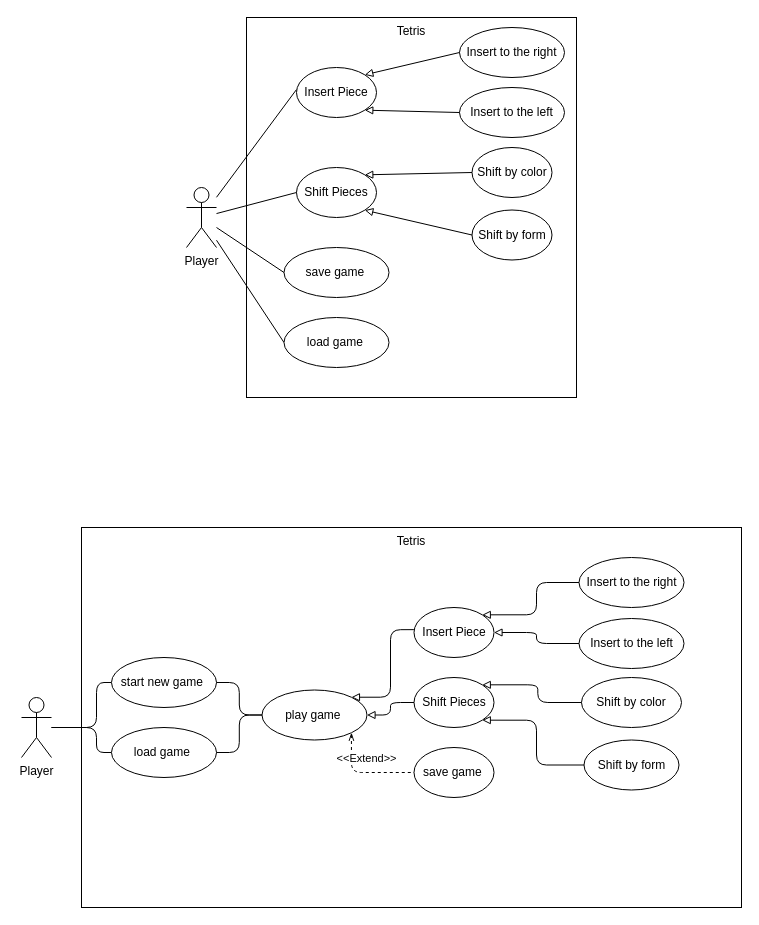
Earlier version of the draw.io diagram docs/diagrams/usecaseDiagram.drawio (AbderrahimeEl/Tetris). Source tidied: cells renumbered, new cells numbered last; positions are measured from the earlier drawing's top-left corner, leaving out a move shared by most shapes. Both pictures are drawn from the tidied source at 100%, with x=0, y=0 at pixel (21, 17).
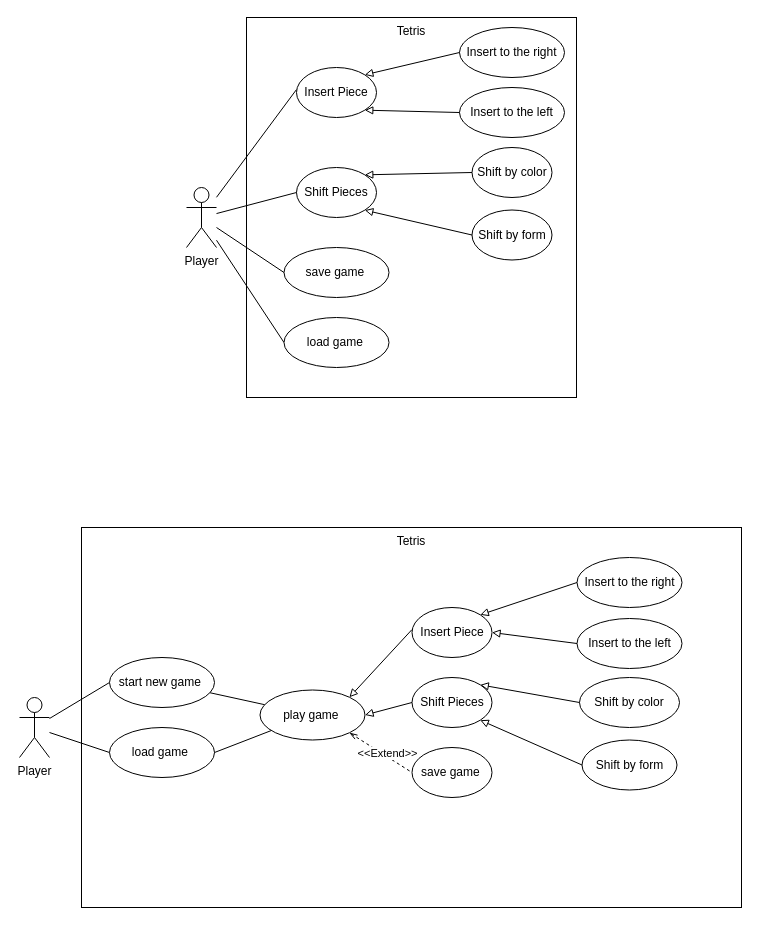
The same diagram, later.

The edit, as a diff of the source:
```diff
@@
     <mxCell id="21" value="Insert Piece" style="ellipse;whiteSpace=wrap;html=1;" parent="1" vertex="1">
-      <mxGeometry x="392.5" y="590" width="80" height="50" as="geometry" />
+      <mxGeometry x="390.5" y="590" width="80" height="50" as="geometry" />
     </mxCell>
-    <mxCell id="22" style="html=1;entryX=0;entryY=0.5;entryDx=0;entryDy=0;endArrow=none;endFill=0;exitX=1;exitY=1;exitDx=0;exitDy=0;dashed=1;edgeStyle=orthogonalEdgeStyle;startArrow=openThin;startFill=0;" parent="1" edge="1" source="43" target="37">
-      <mxGeometry relative="1" as="geometry">
-        <Array as="points">
-          <mxPoint x="330" y="755" />
-        </Array>
-      </mxGeometry>
+    <mxCell id="22" style="html=1;entryX=0;entryY=0.5;entryDx=0;entryDy=0;endArrow=none;endFill=0;exitX=1;exitY=1;exitDx=0;exitDy=0;dashed=1;startArrow=openThin;startFill=0;" parent="1" edge="1" source="43" target="37">
+      <mxGeometry relative="1" as="geometry" />
     </mxCell>
     <mxCell id="23" value="&amp;lt;&amp;lt;Extend&amp;gt;&amp;gt;" style="edgeLabel;html=1;align=center;verticalAlign=middle;" parent="22" vertex="1">
       <mxGeometry x="-0.37" relative="1" as="geometry">
-        <mxPoint x="15" y="-7" as="offset" />
+        <mxPoint x="18" y="8" as="offset" />
       </mxGeometry>
     </mxCell>
-    <mxCell id="24" style="html=1;entryX=0;entryY=0.5;entryDx=0;entryDy=0;endArrow=none;endFill=0;edgeStyle=orthogonalEdgeStyle;" parent="1" edge="1" source="25" target="38">
-      <mxGeometry relative="1" as="geometry">
-        <Array as="points">
-          <mxPoint x="75" y="710" />
-          <mxPoint x="75" y="735" />
-        </Array>
-      </mxGeometry>
+    <mxCell id="24" style="html=1;entryX=0;entryY=0.5;entryDx=0;entryDy=0;endArrow=none;endFill=0;" parent="1" edge="1" source="25" target="38">
+      <mxGeometry relative="1" as="geometry" />
     </mxCell>
     <mxCell id="25" value="Player" style="shape=umlActor;verticalLabelPosition=bottom;verticalAlign=top;html=1;outlineConnect=0;" parent="1" vertex="1">
-      <mxGeometry y="680" width="30" height="60" as="geometry" />
+      <mxGeometry x="-2" y="680" width="30" height="60" as="geometry" />
     </mxCell>
     <mxCell id="26" value="Shift Pieces" style="ellipse;whiteSpace=wrap;html=1;" parent="1" vertex="1">
-      <mxGeometry x="392.5" y="660" width="80" height="50" as="geometry" />
+      <mxGeometry x="390.5" y="660" width="80" height="50" as="geometry" />
     </mxCell>
     <mxCell id="27" value="Insert to the right" style="ellipse;whiteSpace=wrap;html=1;" parent="1" vertex="1">
-      <mxGeometry x="557.5" y="540" width="105" height="50" as="geometry" />
+      <mxGeometry x="555.5" y="540" width="105" height="50" as="geometry" />
     </mxCell>
     <mxCell id="28" value="Insert to the left" style="ellipse;whiteSpace=wrap;html=1;" parent="1" vertex="1">
-      <mxGeometry x="557.5" y="601" width="105" height="50" as="geometry" />
+      <mxGeometry x="555.5" y="601" width="105" height="50" as="geometry" />
     </mxCell>
     <mxCell id="29" value="Shift by color" style="ellipse;whiteSpace=wrap;html=1;" parent="1" vertex="1">
-      <mxGeometry x="560" y="660" width="100" height="50" as="geometry" />
+      <mxGeometry x="558" y="660" width="100" height="50" as="geometry" />
     </mxCell>
     <mxCell id="30" value="Shift by form" style="ellipse;whiteSpace=wrap;html=1;" parent="1" vertex="1">
-      <mxGeometry x="562.5" y="722.5" width="95" height="50" as="geometry" />
+      <mxGeometry x="560.5" y="722.5" width="95" height="50" as="geometry" />
     </mxCell>
-    <mxCell id="31" style="edgeStyle=orthogonalEdgeStyle;html=1;exitX=0;exitY=0.5;exitDx=0;exitDy=0;endArrow=block;endFill=0;entryX=1;entryY=0;entryDx=0;entryDy=0;" parent="1" edge="1" source="29" target="26">
+    <mxCell id="31" style="html=1;exitX=0;exitY=0.5;exitDx=0;exitDy=0;endArrow=block;endFill=0;entryX=1;entryY=0;entryDx=0;entryDy=0;" parent="1" edge="1" source="29" target="26">
       <mxGeometry relative="1" as="geometry" />
     </mxCell>
-    <mxCell id="32" style="edgeStyle=orthogonalEdgeStyle;html=1;exitX=0;exitY=0.5;exitDx=0;exitDy=0;endArrow=block;endFill=0;entryX=1;entryY=1;entryDx=0;entryDy=0;" parent="1" edge="1" source="30" target="26">
-      <mxGeometry relative="1" as="geometry">
-        <Array as="points">
-          <mxPoint x="515" y="748" />
-          <mxPoint x="515" y="703" />
-        </Array>
-      </mxGeometry>
+    <mxCell id="32" style="html=1;exitX=0;exitY=0.5;exitDx=0;exitDy=0;endArrow=block;endFill=0;entryX=1;entryY=1;entryDx=0;entryDy=0;" parent="1" edge="1" source="30" target="26">
+      <mxGeometry relative="1" as="geometry" />
     </mxCell>
-    <mxCell id="33" style="edgeStyle=orthogonalEdgeStyle;html=1;endArrow=block;endFill=0;entryX=1;entryY=0;entryDx=0;entryDy=0;exitX=0;exitY=0.5;exitDx=0;exitDy=0;" parent="1" edge="1" source="27" target="21">
+    <mxCell id="33" style="html=1;endArrow=block;endFill=0;entryX=1;entryY=0;entryDx=0;entryDy=0;exitX=0;exitY=0.5;exitDx=0;exitDy=0;" parent="1" edge="1" source="27" target="21">
       <mxGeometry relative="1" as="geometry" />
     </mxCell>
-    <mxCell id="34" style="edgeStyle=orthogonalEdgeStyle;html=1;endArrow=block;endFill=0;entryX=1;entryY=0.5;entryDx=0;entryDy=0;exitX=0;exitY=0.5;exitDx=0;exitDy=0;" parent="1" edge="1" source="28" target="21">
+    <mxCell id="34" style="html=1;endArrow=block;endFill=0;entryX=1;entryY=0.5;entryDx=0;entryDy=0;exitX=0;exitY=0.5;exitDx=0;exitDy=0;" parent="1" edge="1" source="28" target="21">
       <mxGeometry relative="1" as="geometry" />
     </mxCell>
-    <mxCell id="35" style="endArrow=none;html=1;entryX=-0.001;entryY=0.443;entryDx=0;entryDy=0;entryPerimeter=0;exitX=1;exitY=0;exitDx=0;exitDy=0;startArrow=block;startFill=0;edgeStyle=orthogonalEdgeStyle;" parent="1" edge="1" source="43" target="21">
+    <mxCell id="35" style="endArrow=none;html=1;entryX=-0.001;entryY=0.443;entryDx=0;entryDy=0;entryPerimeter=0;exitX=1;exitY=0;exitDx=0;exitDy=0;startArrow=block;startFill=0;" parent="1" edge="1" source="43" target="21">
       <mxGeometry relative="1" as="geometry" />
     </mxCell>
-    <mxCell id="36" style="endArrow=none;html=1;entryX=0;entryY=0.5;entryDx=0;entryDy=0;exitX=1;exitY=0.5;exitDx=0;exitDy=0;startArrow=block;startFill=0;edgeStyle=orthogonalEdgeStyle;" parent="1" edge="1" source="43" target="26">
+    <mxCell id="36" style="endArrow=none;html=1;entryX=0;entryY=0.5;entryDx=0;entryDy=0;exitX=1;exitY=0.5;exitDx=0;exitDy=0;startArrow=block;startFill=0;" parent="1" edge="1" source="43" target="26">
       <mxGeometry relative="1" as="geometry" />
     </mxCell>
     <mxCell id="37" value="save game&amp;nbsp;" style="ellipse;whiteSpace=wrap;html=1;" parent="1" vertex="1">
-      <mxGeometry x="392.5" y="730" width="80" height="50" as="geometry" />
+      <mxGeometry x="390.5" y="730" width="80" height="50" as="geometry" />
     </mxCell>
     <mxCell id="38" value="load game&amp;nbsp;" style="ellipse;whiteSpace=wrap;html=1;" parent="1" vertex="1">
-      <mxGeometry x="90" y="710" width="105" height="50" as="geometry" />
+      <mxGeometry x="88" y="710" width="105" height="50" as="geometry" />
     </mxCell>
-    <mxCell id="39" style="html=1;entryX=0;entryY=0.5;entryDx=0;entryDy=0;endArrow=none;endFill=0;edgeStyle=orthogonalEdgeStyle;" parent="1" edge="1" source="25" target="40">
-      <mxGeometry relative="1" as="geometry">
-        <Array as="points">
-          <mxPoint x="75" y="710" />
-          <mxPoint x="75" y="665" />
-        </Array>
-      </mxGeometry>
+    <mxCell id="39" style="html=1;entryX=0;entryY=0.5;entryDx=0;entryDy=0;endArrow=none;endFill=0;" parent="1" edge="1" source="25" target="40">
+      <mxGeometry relative="1" as="geometry" />
     </mxCell>
     <mxCell id="40" value="start new game&amp;nbsp;" style="ellipse;whiteSpace=wrap;html=1;" parent="1" vertex="1">
-      <mxGeometry x="90" y="640" width="105" height="50" as="geometry" />
+      <mxGeometry x="88" y="640" width="105" height="50" as="geometry" />
     </mxCell>
-    <mxCell id="41" style="edgeStyle=orthogonalEdgeStyle;html=1;entryX=1;entryY=0.5;entryDx=0;entryDy=0;endArrow=none;endFill=0;" parent="1" edge="1" source="43" target="38">
+    <mxCell id="41" style="html=1;entryX=1;entryY=0.5;entryDx=0;entryDy=0;endArrow=none;endFill=0;" parent="1" edge="1" source="43" target="38">
       <mxGeometry relative="1" as="geometry" />
     </mxCell>
-    <mxCell id="42" style="edgeStyle=orthogonalEdgeStyle;html=1;endArrow=none;endFill=0;" parent="1" edge="1" source="43" target="40">
+    <mxCell id="42" style="html=1;endArrow=none;endFill=0;" parent="1" edge="1" source="43" target="40">
       <mxGeometry relative="1" as="geometry" />
     </mxCell>
     <mxCell id="43" value="play&amp;nbsp;game&amp;nbsp;" style="ellipse;whiteSpace=wrap;html=1;" parent="1" vertex="1">
-      <mxGeometry x="240.5" y="672.5" width="105" height="50" as="geometry" />
+      <mxGeometry x="238.5" y="672.5" width="105" height="50" as="geometry" />
     </mxCell>
```
